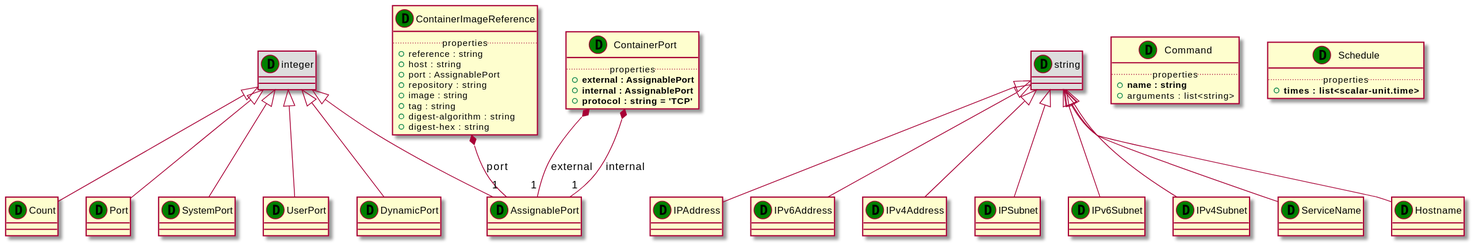
Above: examples/Khutulun/diagrams/uml2/data-uml2-class-diagram.svg in Orange-OpenSource/Cloudnet-TOSCA-toolbox (PlantUML), before the change.
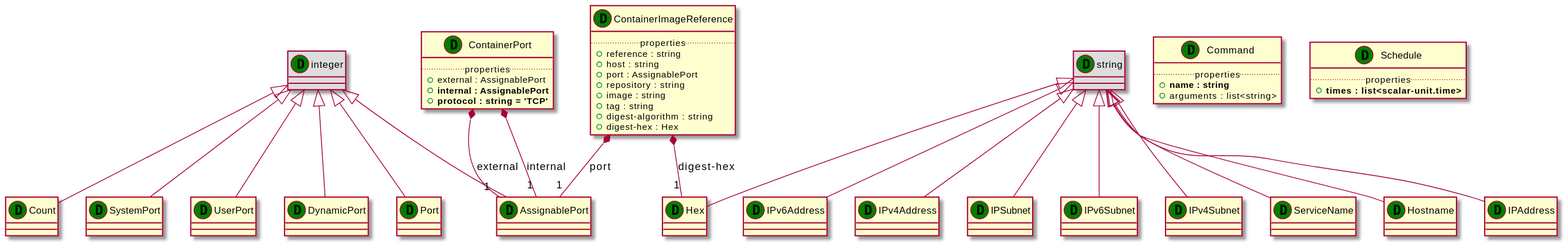
The same file after the commit.

Change to the diagram source:
```diff
@@ -2,6 +2,9 @@
 set namespaceSeparator none
 class "integer" as integer_DT << (D,green) >> #DDDDDD
 class "Count" as Count_DT << (D,green) >> {
+}
+class "string" as string_DT << (D,green) >> #DDDDDD
+class "Hex" as Hex_DT << (D,green) >> {
 }
 class "string" as string_DT << (D,green) >> #DDDDDD
 class "IPAddress" as IPAddress_DT << (D,green) >> {
@@ -60,15 +63,16 @@
 +image : string
 +tag : string
 +digest-algorithm : string
-+digest-hex : string
++digest-hex : Hex
 }
 class "ContainerPort" as ContainerPort_DT << (D,green) >> {
 .. properties ..
-+<b>external : AssignablePort
++external : AssignablePort
 +<b>internal : AssignablePort
 +<b>protocol : string = 'TCP'
 }
 integer_DT <|-- Count_DT
+string_DT <|-- Hex_DT
 string_DT <|-- IPAddress_DT
 string_DT <|-- IPv6Address_DT
 string_DT <|-- IPv4Address_DT
@@ -83,6 +87,7 @@
 string_DT <|-- ServiceName_DT
 string_DT <|-- Hostname_DT
 ContainerImageReference_DT *-- "1" AssignablePort_DT : port
+ContainerImageReference_DT *-- "1" Hex_DT : digest-hex
 ContainerPort_DT *-- "1" AssignablePort_DT : external
 ContainerPort_DT *-- "1" AssignablePort_DT : internal
 @enduml
```
